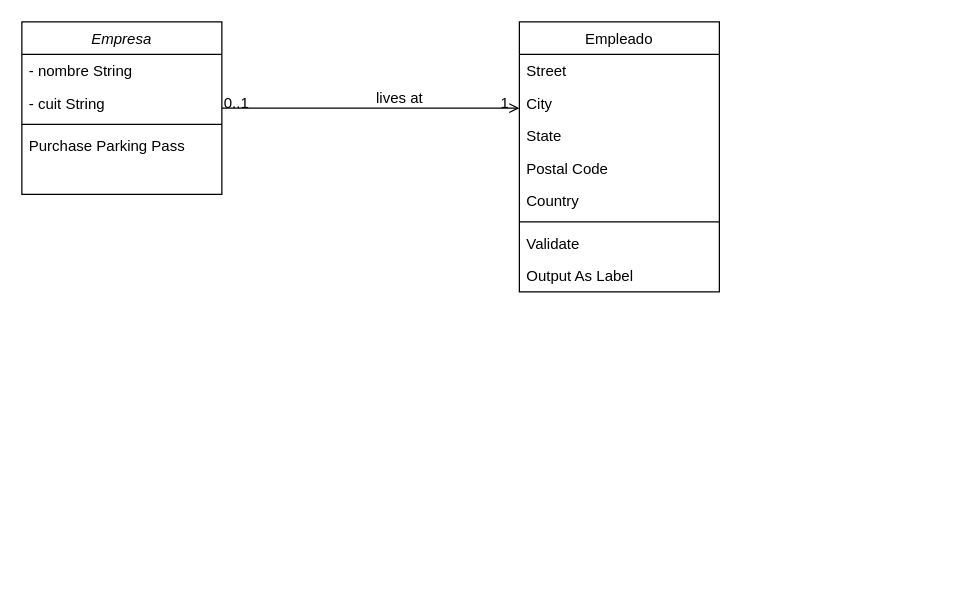
Earlier version of the draw.io diagram Diagrama sin título.drawio (nicotorboli/unqui-po2-torboli). Source tidied: cells renumbered, new cells numbered last; positions are measured from the earlier drawing's top-left corner, leaving out a move shared by most shapes. Both pictures are drawn from the tidied source at 125%, with x=0, y=0 at pixel (21, 21).
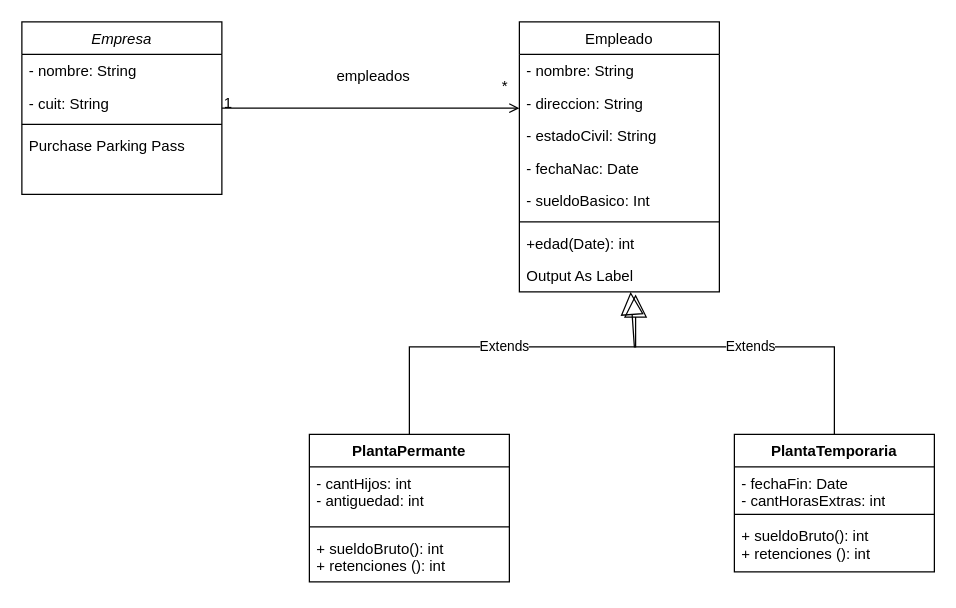
The same page after the edit.

Unchanged cells that the change refers to:
```xml
<mxCell id="2" value="Empresa" style="swimlane;fontStyle=2;align=center;verticalAlign=top;horizontal=1;startSize=26;rounded=0;shadow=0;strokeWidth=1;" parent="1" vertex="1">
  <mxGeometry width="160" height="138" as="geometry" />
</mxCell>
<mxCell id="7" value="Empleado" style="swimlane;fontStyle=0;align=center;verticalAlign=top;horizontal=1;startSize=26;rounded=0;shadow=0;strokeWidth=1;" parent="1" vertex="1">
  <mxGeometry x="398" width="160" height="216" as="geometry" />
</mxCell>
<mxCell id="15" value="Output As Label" style="text;align=left;verticalAlign=top;spacingLeft=4;spacingRight=4;overflow=hidden;points=[[0,0.5],[1,0.5]];portConstraint=eastwest;" parent="7" vertex="1">
  <mxGeometry y="190" width="160" height="26" as="geometry" />
</mxCell>
<mxCell id="16" style="endArrow=open;shadow=0;strokeWidth=1;rounded=0;curved=0;endFill=1;edgeStyle=elbowEdgeStyle;elbow=vertical;" parent="1" edge="1" source="2" target="7">
  <mxGeometry x="0.5" y="41" relative="1" as="geometry">
    <mxPoint x="-40" y="32" as="offset" />
  </mxGeometry>
</mxCell>
```

What changed in the source:
```diff
@@
-    <mxCell id="3" value="- nombre String    &#10;            " style="text;align=left;verticalAlign=top;spacingLeft=4;spacingRight=4;overflow=hidden;rounded=0;shadow=0;html=0;" parent="2" vertex="1">
+    <mxCell id="3" value="- nombre: String    &#10;            " style="text;align=left;verticalAlign=top;spacingLeft=4;spacingRight=4;overflow=hidden;rounded=0;shadow=0;html=0;" parent="2" vertex="1">
       <mxGeometry y="26" width="160" height="26" as="geometry" />
     </mxCell>
-    <mxCell id="4" value="- cuit String" style="text;align=left;verticalAlign=top;spacingLeft=4;spacingRight=4;overflow=hidden;rounded=0;shadow=0;html=0;" parent="2" vertex="1">
+    <mxCell id="4" value="- cuit: String" style="text;align=left;verticalAlign=top;spacingLeft=4;spacingRight=4;overflow=hidden;rounded=0;shadow=0;html=0;" parent="2" vertex="1">
       <mxGeometry y="52" width="160" height="26" as="geometry" />
     </mxCell>
@@
-    <mxCell id="8" value="Street" style="text;align=left;verticalAlign=top;spacingLeft=4;spacingRight=4;overflow=hidden;" parent="7" vertex="1">
+    <mxCell id="8" value="- nombre: String" style="text;align=left;verticalAlign=top;spacingLeft=4;spacingRight=4;overflow=hidden;" parent="7" vertex="1">
       <mxGeometry y="26" width="160" height="26" as="geometry" />
     </mxCell>
-    <mxCell id="9" value="City" style="text;align=left;verticalAlign=top;spacingLeft=4;spacingRight=4;overflow=hidden;rounded=0;shadow=0;html=0;" parent="7" vertex="1">
+    <mxCell id="9" value="- direccion: String" style="text;align=left;verticalAlign=top;spacingLeft=4;spacingRight=4;overflow=hidden;rounded=0;shadow=0;html=0;" parent="7" vertex="1">
       <mxGeometry y="52" width="160" height="26" as="geometry" />
     </mxCell>
-    <mxCell id="10" value="State" style="text;align=left;verticalAlign=top;spacingLeft=4;spacingRight=4;overflow=hidden;rounded=0;shadow=0;html=0;" parent="7" vertex="1">
+    <mxCell id="10" value="- estadoCivil: String " style="text;align=left;verticalAlign=top;spacingLeft=4;spacingRight=4;overflow=hidden;rounded=0;shadow=0;html=0;" parent="7" vertex="1">
       <mxGeometry y="78" width="160" height="26" as="geometry" />
     </mxCell>
-    <mxCell id="11" value="Postal Code" style="text;align=left;verticalAlign=top;spacingLeft=4;spacingRight=4;overflow=hidden;rounded=0;shadow=0;html=0;" parent="7" vertex="1">
+    <mxCell id="11" value="- fechaNac: Date" style="text;align=left;verticalAlign=top;spacingLeft=4;spacingRight=4;overflow=hidden;rounded=0;shadow=0;html=0;" parent="7" vertex="1">
       <mxGeometry y="104" width="160" height="26" as="geometry" />
     </mxCell>
-    <mxCell id="12" value="Country" style="text;align=left;verticalAlign=top;spacingLeft=4;spacingRight=4;overflow=hidden;rounded=0;shadow=0;html=0;" parent="7" vertex="1">
+    <mxCell id="12" value="- sueldoBasico: Int" style="text;align=left;verticalAlign=top;spacingLeft=4;spacingRight=4;overflow=hidden;rounded=0;shadow=0;html=0;" parent="7" vertex="1">
       <mxGeometry y="130" width="160" height="26" as="geometry" />
     </mxCell>
@@
-    <mxCell id="14" value="Validate" style="text;align=left;verticalAlign=top;spacingLeft=4;spacingRight=4;overflow=hidden;" parent="7" vertex="1">
+    <mxCell id="14" value="+edad(Date): int " style="text;align=left;verticalAlign=top;spacingLeft=4;spacingRight=4;overflow=hidden;" parent="7" vertex="1">
       <mxGeometry y="164" width="160" height="26" as="geometry" />
     </mxCell>
@@
-    <mxCell id="17" value="0..1" style="align=left;verticalAlign=bottom;labelBackgroundColor=none;fontSize=12;" parent="16" vertex="1">
+    <mxCell id="17" value="1" style="align=left;verticalAlign=bottom;labelBackgroundColor=none;fontSize=12;" parent="16" vertex="1">
       <mxGeometry x="-1" relative="1" as="geometry">
         <mxPoint y="4" as="offset" />
       </mxGeometry>
     </mxCell>
-    <mxCell id="18" value="1" style="align=right;verticalAlign=bottom;labelBackgroundColor=none;fontSize=12;" parent="16" vertex="1">
+    <mxCell id="18" value="*" style="align=right;verticalAlign=bottom;labelBackgroundColor=none;fontSize=12;" parent="16" vertex="1">
       <mxGeometry x="1" relative="1" as="geometry">
-        <mxPoint x="-7" y="4" as="offset" />
+        <mxPoint x="-8" y="-9" as="offset" />
       </mxGeometry>
     </mxCell>
-    <mxCell id="19" value="lives at" style="text;html=1;align=center;verticalAlign=middle;labelBackgroundColor=none;rounded=0;shadow=0;strokeWidth=1;fontSize=12;" parent="16" vertex="1">
+    <mxCell id="19" value="empleados&lt;div&gt;&lt;br&gt;&lt;/div&gt;" style="text;html=1;align=center;verticalAlign=middle;labelBackgroundColor=none;rounded=0;shadow=0;strokeWidth=1;fontSize=12;" parent="16" vertex="1">
       <mxGeometry x="0.5" y="49" relative="1" as="geometry">
-        <mxPoint x="-38" y="40" as="offset" />
+        <mxPoint x="-59" y="30" as="offset" />
       </mxGeometry>
     </mxCell>
+    <mxCell id="20" value="PlantaPermante" style="swimlane;fontStyle=1;align=center;verticalAlign=top;horizontal=1;startSize=26;whiteSpace=wrap;html=1;" parent="1" vertex="1">
+      <mxGeometry x="230" y="330" width="160" height="118" as="geometry" />
+    </mxCell>
+    <mxCell id="21" value="- cantHijos: int&lt;div&gt;- antiguedad: int&lt;/div&gt;&lt;div&gt;&lt;br&gt;&lt;/div&gt;" style="text;strokeColor=none;fillColor=none;align=left;verticalAlign=top;spacingLeft=4;spacingRight=4;overflow=hidden;whiteSpace=wrap;html=1;" parent="20" vertex="1">
+      <mxGeometry y="26" width="160" height="44" as="geometry" />
+    </mxCell>
+    <mxCell id="22" style="line;strokeWidth=1;fillColor=none;align=left;verticalAlign=middle;spacingTop=-1;spacingLeft=3;spacingRight=3;labelPosition=right;strokeColor=inherit;" parent="20" vertex="1">
+      <mxGeometry y="70" width="160" height="8" as="geometry" />
+    </mxCell>
+    <mxCell id="23" value="+ sueldoBruto(): int&lt;div&gt;+ retenciones (): int&lt;br&gt;&lt;div&gt;&lt;br&gt;&lt;/div&gt;&lt;/div&gt;" style="text;strokeColor=none;fillColor=none;align=left;verticalAlign=top;spacingLeft=4;spacingRight=4;overflow=hidden;whiteSpace=wrap;html=1;" parent="20" vertex="1">
+      <mxGeometry y="78" width="160" height="40" as="geometry" />
+    </mxCell>
+    <mxCell id="24" value="PlantaTemporaria" style="swimlane;fontStyle=1;align=center;verticalAlign=top;horizontal=1;startSize=26;whiteSpace=wrap;html=1;" parent="1" vertex="1">
+      <mxGeometry x="570" y="330" width="160" height="110" as="geometry" />
+    </mxCell>
+    <mxCell id="25" value="- fechaFin: Date&lt;div&gt;- cantHorasExtras: int&lt;/div&gt;" style="text;strokeColor=none;fillColor=none;align=left;verticalAlign=top;spacingLeft=4;spacingRight=4;overflow=hidden;whiteSpace=wrap;html=1;" parent="24" vertex="1">
+      <mxGeometry y="26" width="160" height="34" as="geometry" />
+    </mxCell>
+    <mxCell id="26" style="line;strokeWidth=1;fillColor=none;align=left;verticalAlign=middle;spacingTop=-1;spacingLeft=3;spacingRight=3;labelPosition=right;strokeColor=inherit;" parent="24" vertex="1">
+      <mxGeometry y="60" width="160" height="8" as="geometry" />
+    </mxCell>
+    <mxCell id="27" value="+ sueldoBruto(): int&lt;div&gt;+ retenciones (): int&lt;br&gt;&lt;div&gt;&lt;br&gt;&lt;/div&gt;&lt;/div&gt;" style="text;strokeColor=none;fillColor=none;align=left;verticalAlign=top;spacingLeft=4;spacingRight=4;overflow=hidden;whiteSpace=wrap;html=1;" parent="24" vertex="1">
+      <mxGeometry y="68" width="160" height="42" as="geometry" />
+    </mxCell>
+    <mxCell id="28" value="Extends" style="endArrow=block;endSize=16;endFill=0;html=1;rounded=0;entryX=0.581;entryY=1.077;entryDx=0;entryDy=0;entryPerimeter=0;exitX=0.5;exitY=0;exitDx=0;exitDy=0;" parent="1" edge="1" source="20" target="15">
+      <mxGeometry relative="1" as="geometry">
+        <Array as="points">
+          <mxPoint x="310" y="260" />
+          <mxPoint x="491" y="260" />
+        </Array>
+      </mxGeometry>
+    </mxCell>
+    <mxCell id="29" value="Extends" style="endArrow=block;endSize=16;endFill=0;html=1;rounded=0;entryX=0.556;entryY=1;entryDx=0;entryDy=0;entryPerimeter=0;exitX=0.5;exitY=0;exitDx=0;exitDy=0;" parent="1" edge="1" source="24" target="15">
+      <mxGeometry relative="1" as="geometry">
+        <Array as="points">
+          <mxPoint x="650" y="260" />
+          <mxPoint x="490" y="260" />
+        </Array>
+      </mxGeometry>
+    </mxCell>
```
